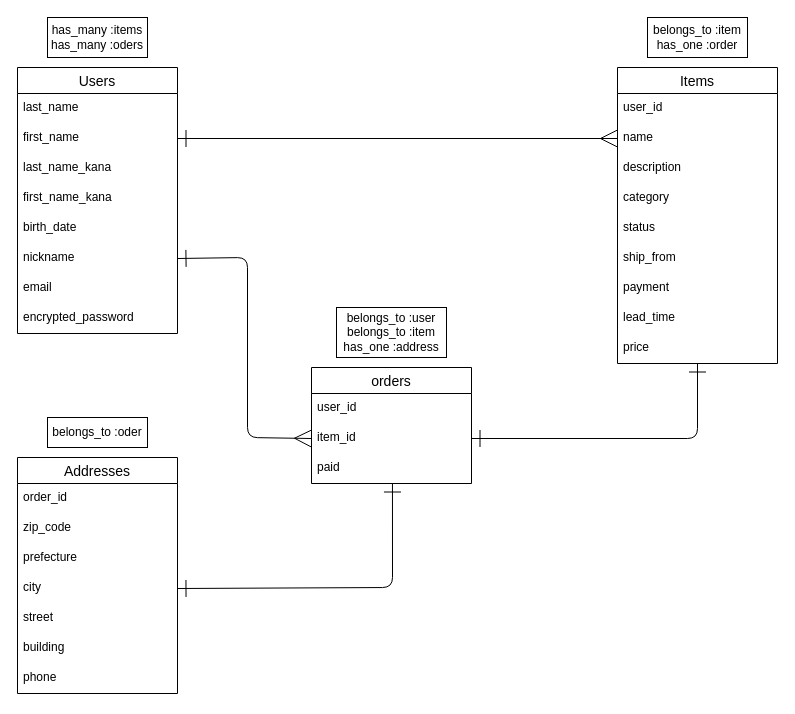
This is ER _Figure.dio from stone-shrine/furima-38890, a draw.io file, before an edit. Source tidied: cells renumbered, new cells numbered last; positions are measured from the earlier drawing's top-left corner, leaving out a move shared by most shapes. Both pictures are drawn from the tidied source at 100%, with x=0, y=0 at pixel (17, 17).
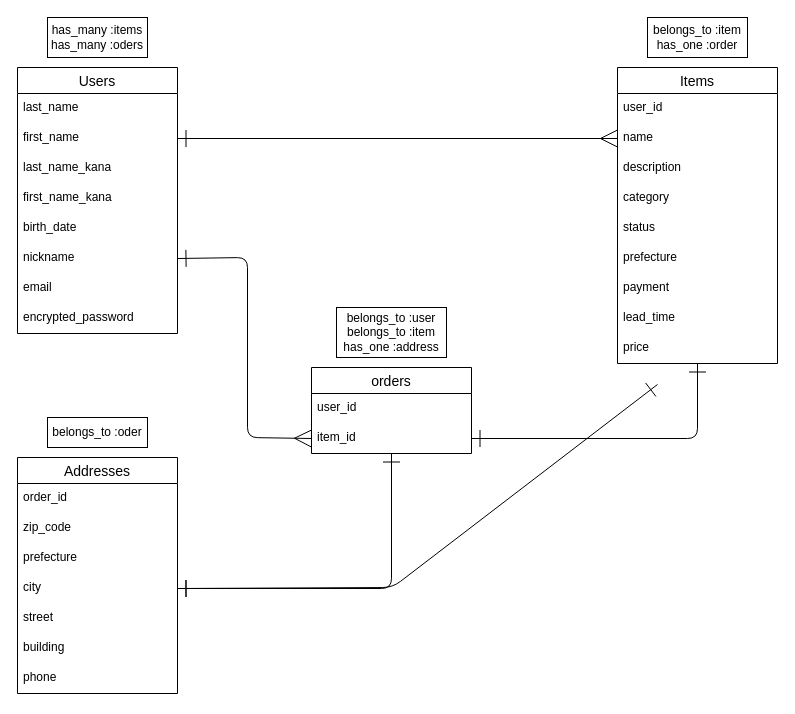
The same page after the edit.

Commit message (it also covers changes not shown here):
ER図とテーブルの修正#2

The change refers to these unchanged cells:
```xml
<mxCell id="3" value="Items" style="swimlane;fontStyle=0;horizontal=1;startSize=26;align=center;fontSize=14;" parent="1" vertex="1">
  <mxGeometry x="600" y="50" width="160" height="296" as="geometry" />
</mxCell>
<mxCell id="17" value="city" style="text;strokeColor=none;fillColor=none;spacingLeft=4;spacingRight=4;overflow=hidden;points=[[0,0.5],[1,0.5]];portConstraint=eastwest;fontSize=12;" parent="13" vertex="1">
  <mxGeometry y="116" width="160" height="30" as="geometry" />
</mxCell>
<mxCell id="37" value="item_id" style="text;strokeColor=none;fillColor=none;spacingLeft=4;spacingRight=4;overflow=hidden;points=[[0,0.5],[1,0.5]];portConstraint=eastwest;fontSize=12;" parent="35" vertex="1">
  <mxGeometry y="56" width="160" height="30" as="geometry" />
</mxCell>
```

The edit, as a diff of the source:
```diff
@@
-    <mxCell id="9" value="ship_from" style="text;strokeColor=none;fillColor=none;spacingLeft=4;spacingRight=4;overflow=hidden;fontSize=12;" parent="3" vertex="1">
+    <mxCell id="9" value="prefecture" style="text;strokeColor=none;fillColor=none;spacingLeft=4;spacingRight=4;overflow=hidden;fontSize=12;" parent="3" vertex="1">
       <mxGeometry y="176" width="160" height="30" as="geometry" />
     </mxCell>
@@
-    <mxCell id="31" style="edgeStyle=none;html=1;entryX=1;entryY=0.5;entryDx=0;entryDy=0;endArrow=ERone;endFill=0;startArrow=ERone;startFill=0;endSize=15;startSize=15;exitX=0.506;exitY=1;exitDx=0;exitDy=0;exitPerimeter=0;" parent="1" edge="1" source="38" target="17">
+    <mxCell id="31" style="edgeStyle=none;html=1;entryX=1;entryY=0.5;entryDx=0;entryDy=0;endArrow=ERone;endFill=0;startArrow=ERone;startFill=0;endSize=15;startSize=15;exitX=0.506;exitY=1;exitDx=0;exitDy=0;exitPerimeter=0;" parent="1" edge="1" target="17">
       <mxGeometry relative="1" as="geometry">
+        <mxPoint x="640" y="367" as="sourcePoint" />
         <Array as="points">
           <mxPoint x="375" y="570" />
         </Array>
       </mxGeometry>
     </mxCell>
@@
     <mxCell id="35" value="orders" style="swimlane;fontStyle=0;horizontal=1;startSize=26;align=center;fontSize=14;" parent="1" vertex="1">
-      <mxGeometry x="294" y="350" width="160" height="116" as="geometry" />
+      <mxGeometry x="294" y="350" width="160" height="86" as="geometry" />
     </mxCell>
@@
-    <mxCell id="38" value="paid" style="text;strokeColor=none;fillColor=none;spacingLeft=4;spacingRight=4;overflow=hidden;points=[[0,0.5],[1,0.5]];portConstraint=eastwest;fontSize=12;" parent="35" vertex="1">
-      <mxGeometry y="86" width="160" height="30" as="geometry" />
-    </mxCell>
@@
+    <mxCell id="41" style="edgeStyle=none;html=1;fontColor=#FFFFFF;startArrow=ERone;startFill=0;endArrow=ERone;endFill=0;startSize=15;endSize=15;entryX=1;entryY=0.5;entryDx=0;entryDy=0;exitX=0.5;exitY=1;exitDx=0;exitDy=0;exitPerimeter=0;" parent="1" edge="1" source="37" target="17">
+      <mxGeometry relative="1" as="geometry">
+        <Array as="points">
+          <mxPoint x="374" y="571" />
+        </Array>
+      </mxGeometry>
+    </mxCell>
```
